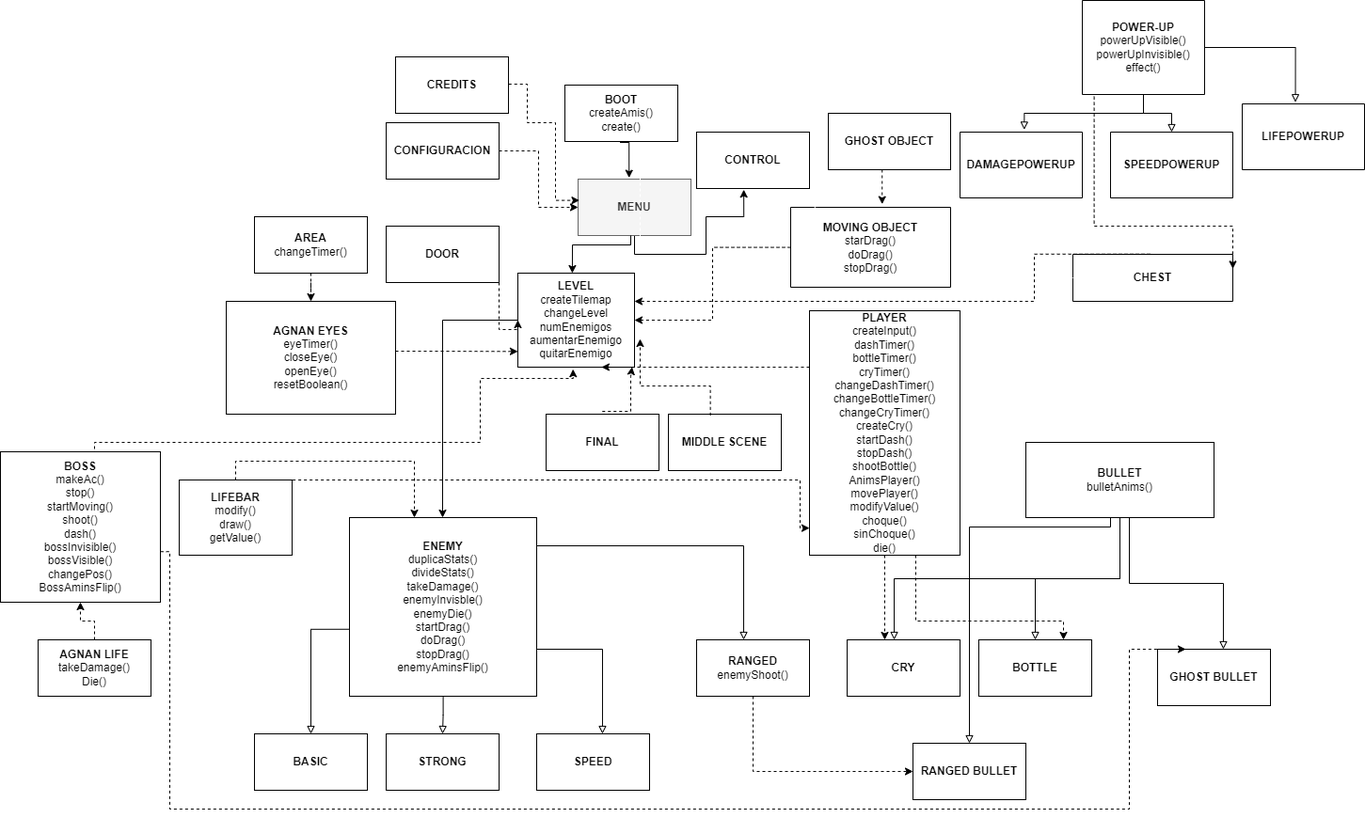
Before: UML/umlFinal.png, a diagram exported from draw.io (admont02/PVLI22-23_GRUPO01). Source tidied: cells renumbered, new cells last; positions are measured from the earlier drawing's top-left corner, leaving out a move shared by most shapes.
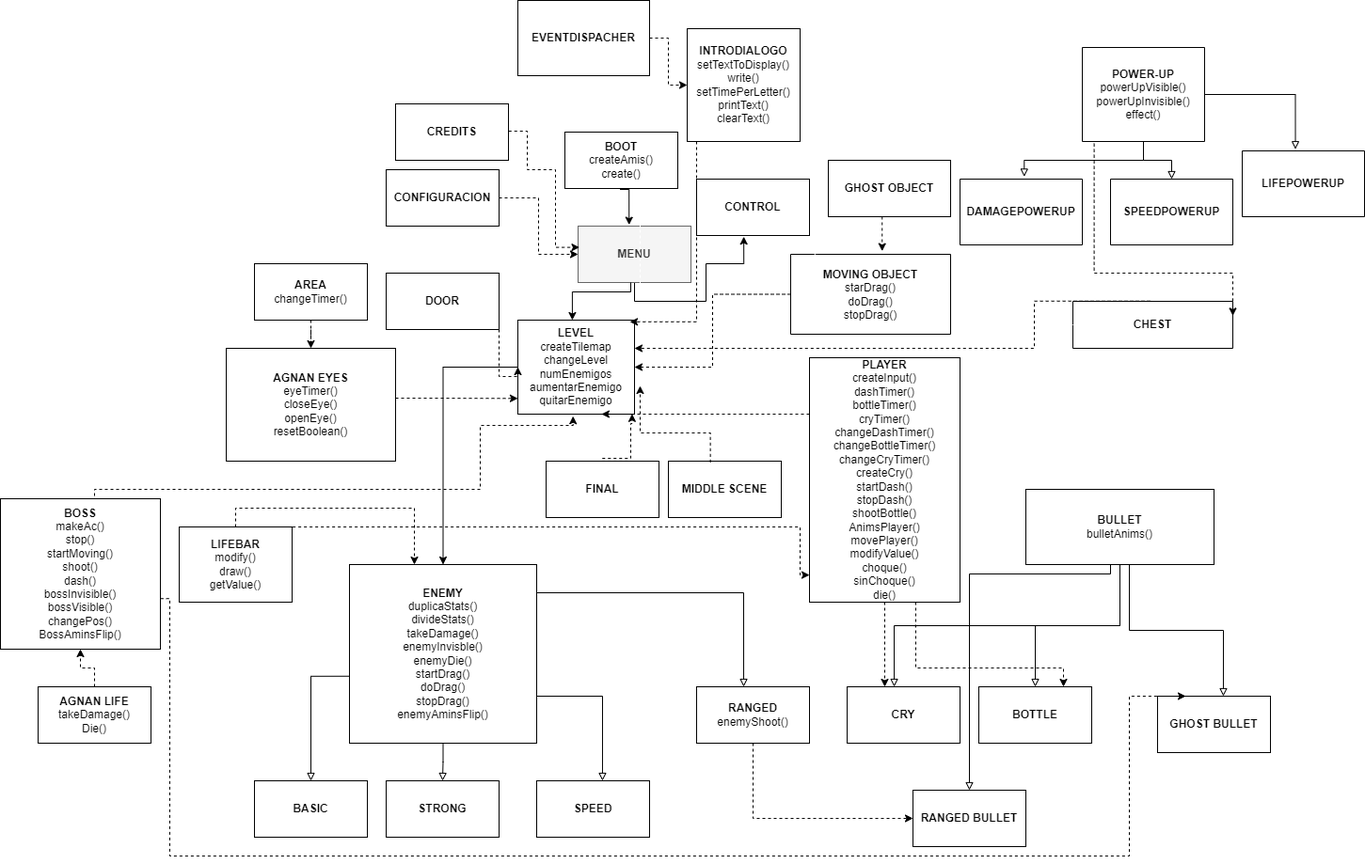
Above is the later version.

Diff of the diagram source:
```diff
@@ -323,5 +323,21 @@
         </Array>
       </mxGeometry>
     </mxCell>
+    <mxCell id="72" style="edgeStyle=orthogonalEdgeStyle;rounded=0;jettySize=auto;html=1;entryX=0.96;entryY=0.018;entryDx=0;entryDy=0;entryPerimeter=0;dashed=1;" parent="1" edge="1" source="73" target="4">
+      <mxGeometry relative="1" as="geometry">
+        <Array as="points">
+          <mxPoint x="740" y="292" />
+        </Array>
+      </mxGeometry>
+    </mxCell>
+    <mxCell id="73" value="&lt;b&gt;INTRODIALOGO&lt;/b&gt;&lt;br&gt;setTextToDisplay()&lt;br&gt;write()&lt;br&gt;setTimePerLetter()&lt;br&gt;printText()&lt;br&gt;clearText()" style="rounded=0;whiteSpace=wrap;html=1;" parent="1" vertex="1">
+      <mxGeometry x="730" y="-20" width="120" height="120" as="geometry" />
+    </mxCell>
+    <mxCell id="74" style="edgeStyle=orthogonalEdgeStyle;rounded=0;jettySize=auto;html=1;dashed=1;" parent="1" edge="1" source="75" target="73">
+      <mxGeometry relative="1" as="geometry" />
+    </mxCell>
+    <mxCell id="75" value="&lt;b&gt;EVENTDISPACHER&lt;/b&gt;" style="rounded=0;whiteSpace=wrap;html=1;" parent="1" vertex="1">
+      <mxGeometry x="550" y="-50" width="140" height="80" as="geometry" />
+    </mxCell>
   </root>
 </mxGraphModel>
```
